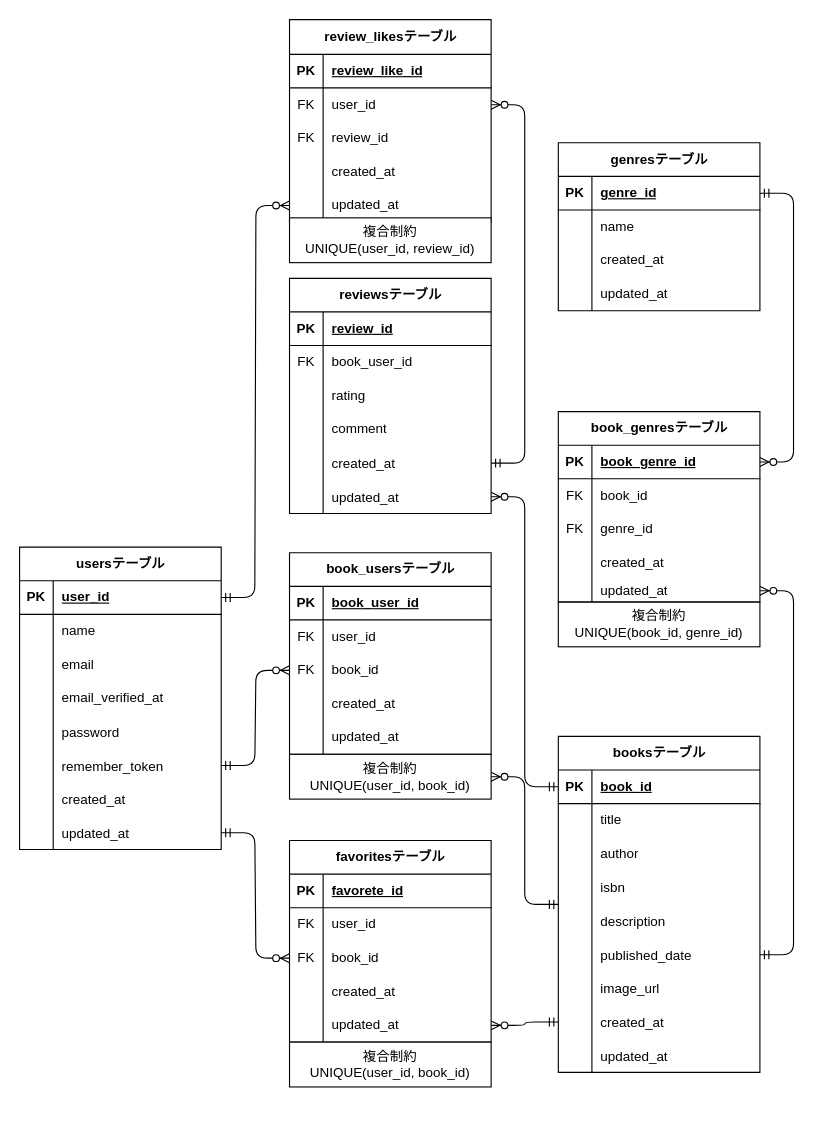
naoaki-png/Bookshelf keeps this draw.io diagram as ER図.dio. Above is the earlier version. Source tidied: cells renumbered, new cells numbered last; positions are measured from the earlier drawing's top-left corner, leaving out a move shared by most shapes. Both pictures are drawn from the tidied source at 112%, with x=0, y=0 at pixel (19, 19).
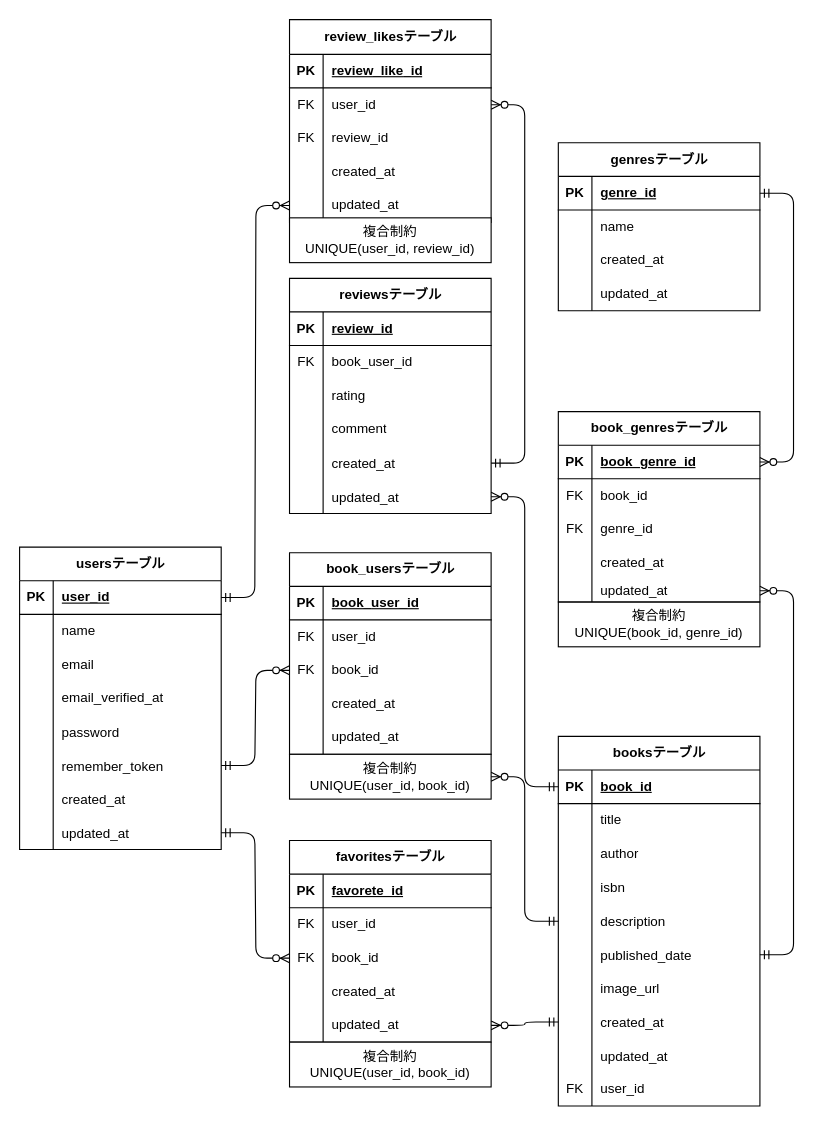
The same diagram, later.

What changed in the source:
```diff
@@
     <mxCell id="114" value="booksテーブル" style="shape=table;startSize=30;childLayout=tableLayout;rowLines=0;fontStyle=1;align=center;html=1;" parent="1" vertex="1">
-      <mxGeometry x="481" y="640" width="180" height="300" as="geometry" />
+      <mxGeometry x="481" y="640" width="180" height="330" as="geometry" />
     </mxCell>
@@
+    <mxCell id="164" style="shape=tableRow;horizontal=0;startSize=0;swimlaneHead=0;swimlaneBody=0;fillColor=none;top=0;left=0;right=0;bottom=0;" parent="114" vertex="1">
+      <mxGeometry y="300" width="180" height="30" as="geometry" />
+    </mxCell>
+    <mxCell id="165" value="FK" style="shape=partialRectangle;fillColor=none;top=0;left=0;bottom=0;right=0;fontStyle=0;overflow=hidden;whiteSpace=wrap;html=1;" parent="164" vertex="1">
+      <mxGeometry width="30" height="30" as="geometry" />
+    </mxCell>
+    <mxCell id="166" value="user_id" style="shape=partialRectangle;fillColor=none;top=0;left=0;bottom=0;right=0;align=left;spacingLeft=6;fontStyle=0;overflow=hidden;whiteSpace=wrap;html=1;" parent="164" vertex="1">
+      <mxGeometry x="30" width="150" height="30" as="geometry" />
+    </mxCell>
```
